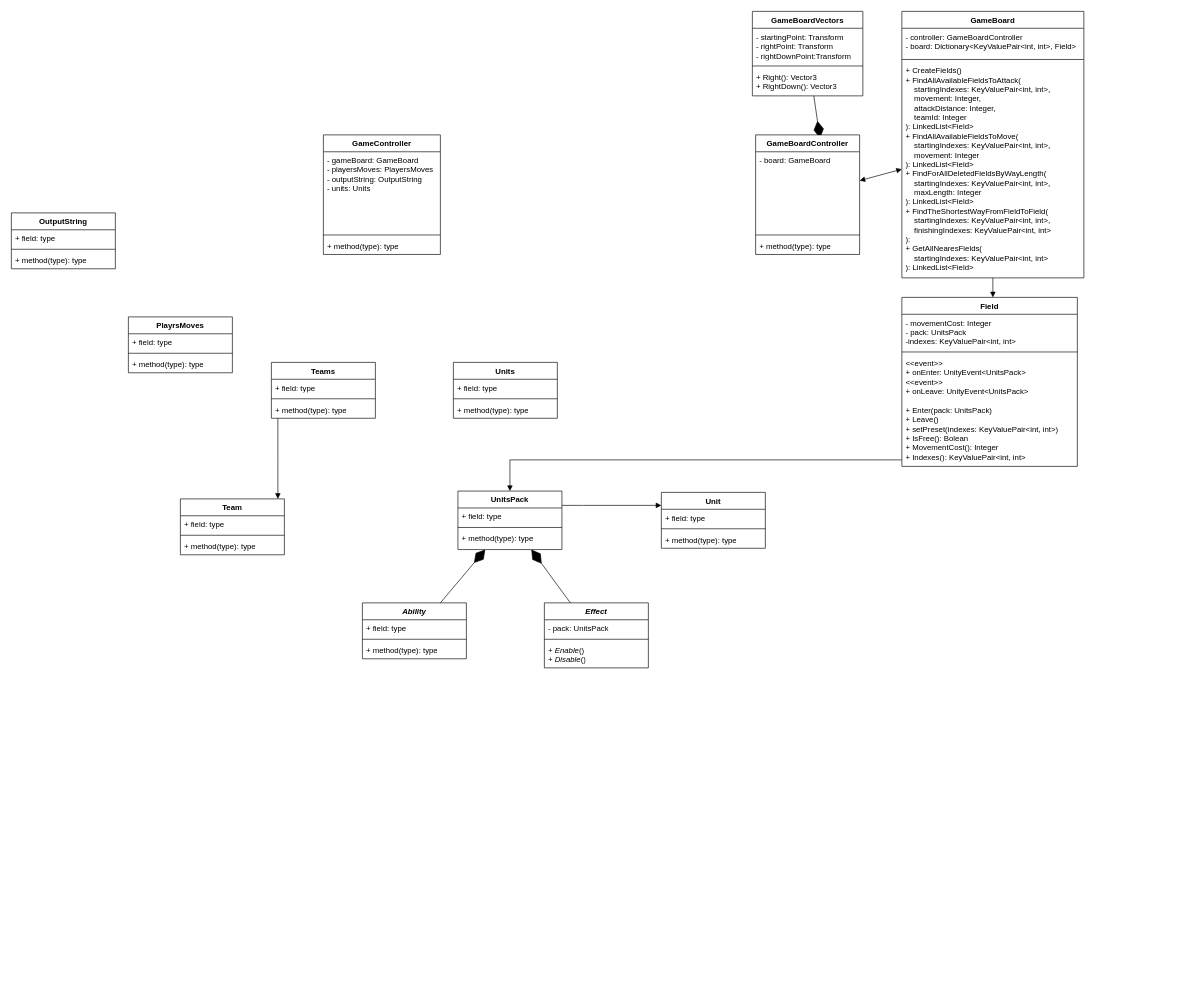
This is Started classes uml diagrams.drawio from Reelap13/Battle-from-Heroes, a draw.io file, before an edit. Source tidied: cells renumbered, new cells numbered last; positions are measured from the earlier drawing's top-left corner, leaving out a move shared by most shapes. Both pictures are drawn from the tidied source at 65%, with x=0, y=0 at pixel (11, 11).
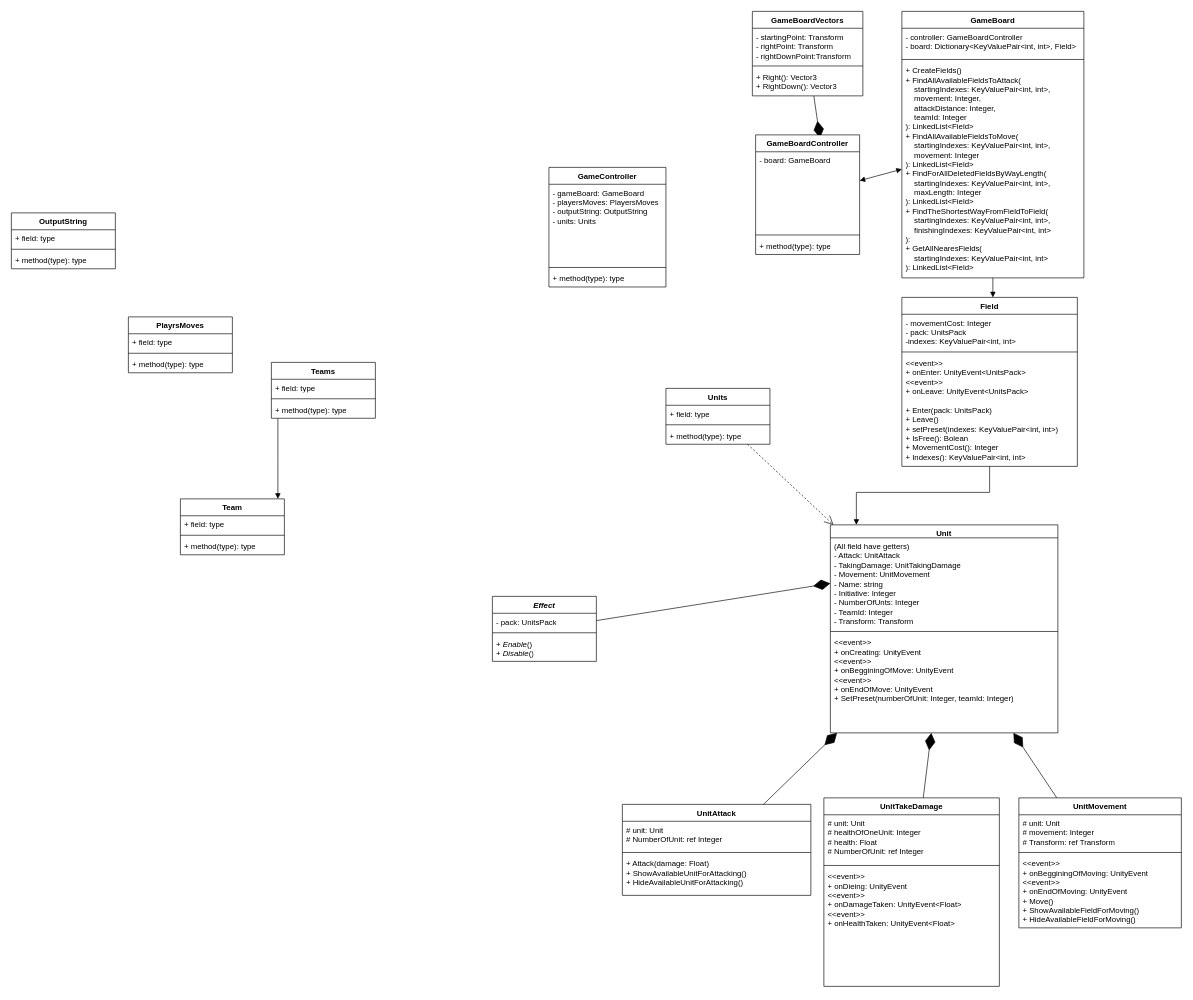
Above is the later version.

The change refers to these unchanged cells:
```xml
<mxCell id="40" value="Field" style="swimlane;fontStyle=1;align=center;verticalAlign=top;horizontal=1;startSize=26;whiteSpace=wrap;html=1;" parent="1" vertex="1">
  <mxGeometry x="1370" y="440" width="270" height="260" as="geometry" />
</mxCell>
```

The edit, as a diff of the source:
```diff
@@
     <mxCell id="2" value="GameController" style="swimlane;fontStyle=1;align=center;verticalAlign=top;horizontal=1;startSize=26;whiteSpace=wrap;html=1;" parent="1" vertex="1">
-      <mxGeometry x="480" y="190" width="180" height="184" as="geometry" />
+      <mxGeometry x="827" y="240" width="180" height="184" as="geometry" />
     </mxCell>
@@
     <mxCell id="18" value="Units" style="swimlane;fontStyle=1;align=center;verticalAlign=top;horizontal=1;startSize=26;whiteSpace=wrap;html=1;" parent="1" vertex="1">
-      <mxGeometry x="680" y="540" width="160" height="86" as="geometry" />
+      <mxGeometry x="1007" y="580" width="160" height="86" as="geometry" />
     </mxCell>
@@
-    <mxCell id="22" value="UnitsPack" style="swimlane;fontStyle=1;align=center;verticalAlign=top;horizontal=1;startSize=26;whiteSpace=wrap;html=1;" parent="1" vertex="1">
-      <mxGeometry x="687" y="738" width="160" height="90" as="geometry" />
-    </mxCell>
-    <mxCell id="23" value="+ field: type" style="text;strokeColor=none;fillColor=none;align=left;verticalAlign=top;spacingLeft=4;spacingRight=4;overflow=hidden;whiteSpace=wrap;html=1;" parent="22" vertex="1">
-      <mxGeometry y="26" width="160" height="26" as="geometry" />
-    </mxCell>
-    <mxCell id="24" style="line;strokeWidth=1;fillColor=none;align=left;verticalAlign=middle;spacingTop=-1;spacingLeft=3;spacingRight=3;labelPosition=right;strokeColor=inherit;" parent="22" vertex="1">
-      <mxGeometry y="52" width="160" height="8" as="geometry" />
-    </mxCell>
-    <mxCell id="25" value="+ method(type): type" style="text;strokeColor=none;fillColor=none;align=left;verticalAlign=top;spacingLeft=4;spacingRight=4;overflow=hidden;whiteSpace=wrap;html=1;" parent="22" vertex="1">
-      <mxGeometry y="60" width="160" height="30" as="geometry" />
-    </mxCell>
-    <mxCell id="26" value="&lt;i&gt;Ability&lt;/i&gt;" style="swimlane;fontStyle=1;align=center;verticalAlign=top;horizontal=1;startSize=26;whiteSpace=wrap;html=1;" parent="1" vertex="1">
-      <mxGeometry x="540" y="910" width="160" height="86" as="geometry" />
-    </mxCell>
-    <mxCell id="27" value="+ field: type" style="text;strokeColor=none;fillColor=none;align=left;verticalAlign=top;spacingLeft=4;spacingRight=4;overflow=hidden;whiteSpace=wrap;html=1;" parent="26" vertex="1">
-      <mxGeometry y="26" width="160" height="26" as="geometry" />
-    </mxCell>
-    <mxCell id="28" style="line;strokeWidth=1;fillColor=none;align=left;verticalAlign=middle;spacingTop=-1;spacingLeft=3;spacingRight=3;labelPosition=right;strokeColor=inherit;" parent="26" vertex="1">
-      <mxGeometry y="52" width="160" height="8" as="geometry" />
-    </mxCell>
-    <mxCell id="29" value="+ method(type): type" style="text;strokeColor=none;fillColor=none;align=left;verticalAlign=top;spacingLeft=4;spacingRight=4;overflow=hidden;whiteSpace=wrap;html=1;" parent="26" vertex="1">
-      <mxGeometry y="60" width="160" height="26" as="geometry" />
-    </mxCell>
     <mxCell id="30" value="&lt;i&gt;Effect&lt;/i&gt;" style="swimlane;fontStyle=1;align=center;verticalAlign=top;horizontal=1;startSize=26;whiteSpace=wrap;html=1;" parent="1" vertex="1">
-      <mxGeometry x="820" y="910" width="160" height="100" as="geometry" />
+      <mxGeometry x="740" y="900" width="160" height="100" as="geometry" />
     </mxCell>
@@
-    <mxCell id="34" style="endArrow=diamondThin;endFill=1;endSize=24;html=1;rounded=0;exitX=0.75;exitY=0;exitDx=0;exitDy=0;" parent="1" edge="1" source="26" target="22">
-      <mxGeometry relative="1" as="geometry" />
-    </mxCell>
-    <mxCell id="35" value="Unit" style="swimlane;fontStyle=1;align=center;verticalAlign=top;horizontal=1;startSize=26;whiteSpace=wrap;html=1;" parent="1" vertex="1">
-      <mxGeometry x="1000" y="740" width="160" height="86" as="geometry" />
+    <mxCell id="35" value="Unit" style="swimlane;fontStyle=1;align=center;verticalAlign=top;horizontal=1;startSize=20;whiteSpace=wrap;html=1;" parent="1" vertex="1">
+      <mxGeometry x="1260" y="790" width="350" height="320" as="geometry" />
     </mxCell>
-    <mxCell id="36" value="+ field: type" style="text;strokeColor=none;fillColor=none;align=left;verticalAlign=top;spacingLeft=4;spacingRight=4;overflow=hidden;points=[[0,0.5],[1,0.5]];portConstraint=eastwest;whiteSpace=wrap;html=1;" parent="35" vertex="1">
-      <mxGeometry y="26" width="160" height="26" as="geometry" />
+    <mxCell id="36" value="(All field have getters)&lt;br&gt;- Attack: UnitAttack&lt;br&gt;- TakingDamage: UnitTakingDamage&lt;br&gt;- Movement: UnitMovement&lt;br&gt;- Name: string&lt;br&gt;- Initiative: Integer&lt;br&gt;- NumberOfUnts: Integer&lt;br&gt;- TeamId: Integer&lt;br&gt;- Transform: Transform" style="text;strokeColor=none;fillColor=none;align=left;verticalAlign=top;spacingLeft=4;spacingRight=4;overflow=hidden;points=[[0,0.5],[1,0.5]];portConstraint=eastwest;whiteSpace=wrap;html=1;" parent="35" vertex="1">
+      <mxGeometry y="20" width="350" height="140" as="geometry" />
     </mxCell>
     <mxCell id="37" style="line;strokeWidth=1;fillColor=none;align=left;verticalAlign=middle;spacingTop=-1;spacingLeft=3;spacingRight=3;labelPosition=right;strokeColor=inherit;" parent="35" vertex="1">
-      <mxGeometry y="52" width="160" height="8" as="geometry" />
+      <mxGeometry y="160" width="350" height="8" as="geometry" />
     </mxCell>
-    <mxCell id="38" value="+ method(type): type" style="text;strokeColor=none;fillColor=none;align=left;verticalAlign=top;spacingLeft=4;spacingRight=4;overflow=hidden;whiteSpace=wrap;html=1;" parent="35" vertex="1">
-      <mxGeometry y="60" width="160" height="26" as="geometry" />
+    <mxCell id="38" value="&amp;lt;&amp;lt;event&amp;gt;&amp;gt;&lt;br style=&quot;border-color: var(--border-color);&quot;&gt;+ onCreating: UnityEvent&lt;br&gt;&amp;lt;&amp;lt;event&amp;gt;&amp;gt;&lt;br style=&quot;border-color: var(--border-color);&quot;&gt;+ onBegginingOfMove: UnityEvent&lt;br&gt;&amp;lt;&amp;lt;event&amp;gt;&amp;gt;&lt;br style=&quot;border-color: var(--border-color);&quot;&gt;+ onEndOfMove: UnityEvent&lt;br&gt;+ SetPreset(numberOfUnit: Integer, teamId: Integer)" style="text;strokeColor=none;fillColor=none;align=left;verticalAlign=top;spacingLeft=4;spacingRight=4;overflow=hidden;whiteSpace=wrap;html=1;" parent="35" vertex="1">
+      <mxGeometry y="168" width="350" height="152" as="geometry" />
     </mxCell>
-    <mxCell id="39" style="endArrow=diamondThin;endFill=1;endSize=24;html=1;rounded=0;exitX=0.25;exitY=0;exitDx=0;exitDy=0;" parent="1" edge="1" source="30" target="22">
+    <mxCell id="39" style="endArrow=diamondThin;endFill=1;endSize=24;html=1;rounded=0;entryX=0;entryY=0.5;entryDx=0;entryDy=0;" parent="1" edge="1" source="30" target="36">
       <mxGeometry relative="1" as="geometry" />
     </mxCell>
@@
-    <mxCell id="44" style="html=1;verticalAlign=bottom;endArrow=block;edgeStyle=elbowEdgeStyle;elbow=vertical;curved=0;rounded=0;" parent="1" edge="1">
-      <mxGeometry relative="1" as="geometry">
-        <mxPoint x="847" y="760" as="sourcePoint" />
-        <mxPoint x="1000" y="760" as="targetPoint" />
-        <Array as="points">
-          <mxPoint x="880" y="760" />
-        </Array>
-      </mxGeometry>
-    </mxCell>
@@
-    <mxCell id="55" style="html=1;verticalAlign=bottom;endArrow=block;edgeStyle=elbowEdgeStyle;elbow=vertical;curved=0;rounded=0;" parent="1" edge="1" source="40" target="22">
+    <mxCell id="55" style="html=1;verticalAlign=bottom;endArrow=block;edgeStyle=elbowEdgeStyle;elbow=vertical;curved=0;rounded=0;" parent="1" edge="1" source="40" target="35">
       <mxGeometry relative="1" as="geometry">
         <Array as="points">
-          <mxPoint x="1100" y="690" />
+          <mxPoint x="1300" y="740" />
         </Array>
       </mxGeometry>
     </mxCell>
@@
+    <mxCell id="66" value="UnitTakeDamage" style="swimlane;fontStyle=1;align=center;verticalAlign=top;horizontal=1;startSize=26;whiteSpace=wrap;html=1;" parent="1" vertex="1">
+      <mxGeometry x="1250" y="1210" width="270" height="290" as="geometry" />
+    </mxCell>
+    <mxCell id="67" value="#&amp;nbsp;unit: Unit&lt;br&gt;#&amp;nbsp;healthOfOneUnit: Integer&lt;br&gt;#&amp;nbsp;health: Float&lt;br&gt;#&amp;nbsp;NumberOfUnit: ref Integer" style="text;strokeColor=none;fillColor=none;align=left;verticalAlign=top;spacingLeft=4;spacingRight=4;overflow=hidden;whiteSpace=wrap;html=1;" parent="66" vertex="1">
+      <mxGeometry y="26" width="270" height="74" as="geometry" />
+    </mxCell>
+    <mxCell id="68" style="line;strokeWidth=1;fillColor=none;align=left;verticalAlign=middle;spacingTop=-1;spacingLeft=3;spacingRight=3;labelPosition=right;strokeColor=inherit;" parent="66" vertex="1">
+      <mxGeometry y="100" width="270" height="8" as="geometry" />
+    </mxCell>
+    <mxCell id="69" value="&amp;lt;&amp;lt;event&amp;gt;&amp;gt;&lt;br style=&quot;border-color: var(--border-color);&quot;&gt;+ onDieing: UnityEvent&lt;br style=&quot;border-color: var(--border-color);&quot;&gt;&amp;lt;&amp;lt;event&amp;gt;&amp;gt;&lt;br style=&quot;border-color: var(--border-color);&quot;&gt;+ onDamageTaken: UnityEvent&amp;lt;Float&amp;gt;&lt;br style=&quot;border-color: var(--border-color);&quot;&gt;&amp;lt;&amp;lt;event&amp;gt;&amp;gt;&lt;br style=&quot;border-color: var(--border-color);&quot;&gt;+ onHealthTaken: UnityEvent&amp;lt;Float&amp;gt;" style="text;strokeColor=none;fillColor=none;align=left;verticalAlign=top;spacingLeft=4;spacingRight=4;overflow=hidden;whiteSpace=wrap;html=1;" parent="66" vertex="1">
+      <mxGeometry y="108" width="270" height="182" as="geometry" />
+    </mxCell>
+    <mxCell id="70" value="UnitAttack" style="swimlane;fontStyle=1;align=center;verticalAlign=top;horizontal=1;startSize=26;whiteSpace=wrap;html=1;" parent="1" vertex="1">
+      <mxGeometry x="940" y="1220" width="290" height="140" as="geometry" />
+    </mxCell>
+    <mxCell id="71" value="#&amp;nbsp;unit: Unit&lt;br style=&quot;border-color: var(--border-color);&quot;&gt;#&amp;nbsp;NumberOfUnit: ref Integer" style="text;strokeColor=none;fillColor=none;align=left;verticalAlign=top;spacingLeft=4;spacingRight=4;overflow=hidden;whiteSpace=wrap;html=1;" parent="70" vertex="1">
+      <mxGeometry y="26" width="290" height="44" as="geometry" />
+    </mxCell>
+    <mxCell id="72" style="line;strokeWidth=1;fillColor=none;align=left;verticalAlign=middle;spacingTop=-1;spacingLeft=3;spacingRight=3;labelPosition=right;strokeColor=inherit;" parent="70" vertex="1">
+      <mxGeometry y="70" width="290" height="8" as="geometry" />
+    </mxCell>
+    <mxCell id="73" value="+ Attack(damage: Float)&lt;br&gt;+&amp;nbsp;ShowAvailableUnitForAttacking()&lt;br&gt;+&amp;nbsp;HideAvailableUnitForAttacking()" style="text;strokeColor=none;fillColor=none;align=left;verticalAlign=top;spacingLeft=4;spacingRight=4;overflow=hidden;whiteSpace=wrap;html=1;" parent="70" vertex="1">
+      <mxGeometry y="78" width="290" height="62" as="geometry" />
+    </mxCell>
+    <mxCell id="74" value="UnitMovement" style="swimlane;fontStyle=1;align=center;verticalAlign=top;horizontal=1;startSize=26;whiteSpace=wrap;html=1;" parent="1" vertex="1">
+      <mxGeometry x="1550" y="1210" width="250" height="200" as="geometry" />
+    </mxCell>
+    <mxCell id="75" value="#&amp;nbsp;unit: Unit&lt;br&gt;#&amp;nbsp;movement: Integer&lt;br&gt;#&amp;nbsp;Transform: ref Transform" style="text;strokeColor=none;fillColor=none;align=left;verticalAlign=top;spacingLeft=4;spacingRight=4;overflow=hidden;whiteSpace=wrap;html=1;" parent="74" vertex="1">
+      <mxGeometry y="26" width="250" height="54" as="geometry" />
+    </mxCell>
+    <mxCell id="76" style="line;strokeWidth=1;fillColor=none;align=left;verticalAlign=middle;spacingTop=-1;spacingLeft=3;spacingRight=3;labelPosition=right;strokeColor=inherit;" parent="74" vertex="1">
+      <mxGeometry y="80" width="250" height="8" as="geometry" />
+    </mxCell>
+    <mxCell id="77" value="&amp;lt;&amp;lt;event&amp;gt;&amp;gt;&lt;br style=&quot;border-color: var(--border-color);&quot;&gt;+ onBegginingOfMoving: UnityEvent&lt;br style=&quot;border-color: var(--border-color);&quot;&gt;&amp;lt;&amp;lt;event&amp;gt;&amp;gt;&lt;br style=&quot;border-color: var(--border-color);&quot;&gt;+ onEndOfMoving: UnityEvent&lt;br&gt;+ Move()&lt;br&gt;+ ShowAvailableFieldForMoving()&lt;br&gt;+&amp;nbsp;HideAvailableFieldForMoving()" style="text;strokeColor=none;fillColor=none;align=left;verticalAlign=top;spacingLeft=4;spacingRight=4;overflow=hidden;whiteSpace=wrap;html=1;" parent="74" vertex="1">
+      <mxGeometry y="88" width="250" height="112" as="geometry" />
+    </mxCell>
+    <mxCell id="78" style="endArrow=diamondThin;endFill=1;endSize=24;html=1;rounded=0;" parent="1" edge="1" source="70" target="35">
+      <mxGeometry relative="1" as="geometry" />
+    </mxCell>
+    <mxCell id="79" style="endArrow=diamondThin;endFill=1;endSize=24;html=1;rounded=0;" parent="1" edge="1" source="66" target="35">
+      <mxGeometry relative="1" as="geometry" />
+    </mxCell>
+    <mxCell id="80" style="endArrow=diamondThin;endFill=1;endSize=24;html=1;rounded=0;" parent="1" edge="1" source="74" target="35">
+      <mxGeometry relative="1" as="geometry" />
+    </mxCell>
+    <mxCell id="81" style="endArrow=open;endSize=12;dashed=1;html=1;rounded=0;" parent="1" edge="1" source="18" target="35">
+      <mxGeometry relative="1" as="geometry" />
+    </mxCell>
```
